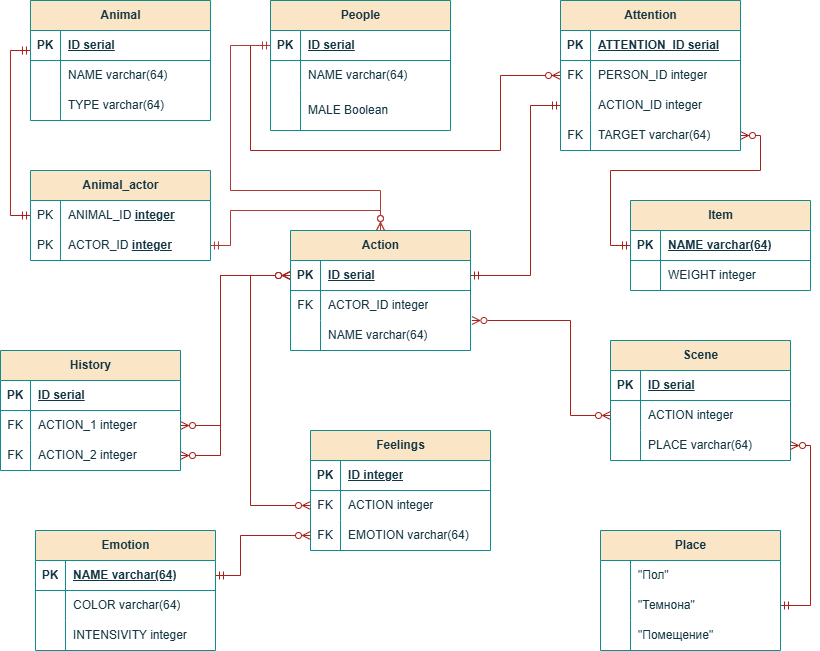
Above: Data bases/Lab1/datalogic.png in Dmitrylesnoy/ITMO-study-labs (draw.io), before the change. Source tidied: cells renumbered, new cells last; positions are measured from the earlier drawing's top-left corner, leaving out a move shared by most shapes.
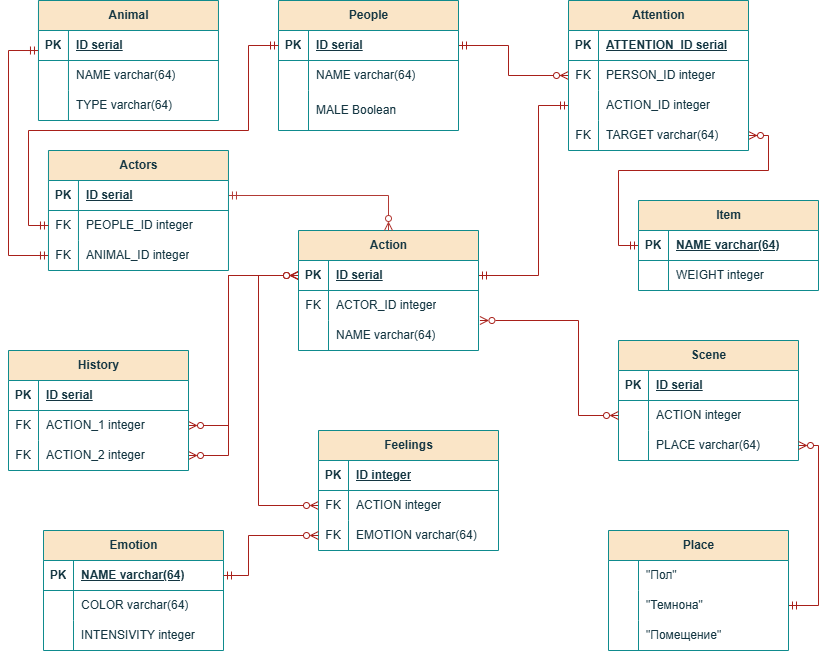
The same file after the commit.

Diff of the diagram source:
```diff
@@ -12,30 +12,19 @@
         </Array>
       </mxGeometry>
     </mxCell>
-    <mxCell id="3" style="edgeStyle=orthogonalEdgeStyle;fontSize=12;html=1;endArrow=ERzeroToMany;startArrow=none;rounded=0;entryX=0;entryY=0.5;entryDx=0;entryDy=0;startFill=0;labelBackgroundColor=none;strokeColor=#A8201A;fontColor=default;exitX=0;exitY=0.5;exitDx=0;exitDy=0;" parent="1" edge="1" source="21" target="41">
+    <mxCell id="3" style="edgeStyle=orthogonalEdgeStyle;fontSize=12;html=1;endArrow=ERzeroToMany;startArrow=ERmandOne;rounded=0;entryX=0;entryY=0.5;entryDx=0;entryDy=0;startFill=0;labelBackgroundColor=none;strokeColor=#A8201A;fontColor=default;exitX=1;exitY=0.5;exitDx=0;exitDy=0;" parent="1" edge="1" source="21" target="41">
       <mxGeometry relative="1" as="geometry">
         <Array as="points">
-          <mxPoint x="250" y="45" />
-          <mxPoint x="250" y="150" />
-          <mxPoint x="500" y="150" />
+          <mxPoint x="500" y="45" />
           <mxPoint x="500" y="75" />
         </Array>
       </mxGeometry>
     </mxCell>
-    <mxCell id="4" style="edgeStyle=orthogonalEdgeStyle;fontSize=12;html=1;endArrow=ERzeroToMany;startArrow=ERmandOne;rounded=0;exitX=0;exitY=0.5;exitDx=0;exitDy=0;entryX=0.5;entryY=0;entryDx=0;entryDy=0;labelBackgroundColor=none;strokeColor=light-dark(#b23a35, #32b532);fontColor=default;" parent="1" edge="1" source="21" target="50">
-      <mxGeometry relative="1" as="geometry">
-        <Array as="points">
-          <mxPoint x="230" y="45" />
-          <mxPoint x="230" y="190" />
-          <mxPoint x="380" y="190" />
-        </Array>
-      </mxGeometry>
-    </mxCell>
-    <mxCell id="5" style="edgeStyle=orthogonalEdgeStyle;fontSize=12;html=1;endArrow=ERmandOne;startArrow=ERmandOne;rounded=0;exitX=0;exitY=0.667;exitDx=0;exitDy=0;startFill=0;exitPerimeter=0;entryX=0;entryY=0.5;entryDx=0;entryDy=0;endFill=0;labelBackgroundColor=none;strokeColor=#A8201A;fontColor=default;" parent="1" edge="1" source="11" target="61">
+    <mxCell id="5" style="edgeStyle=orthogonalEdgeStyle;fontSize=12;html=1;endArrow=ERmandOne;startArrow=ERmandOne;rounded=0;exitX=0;exitY=0.667;exitDx=0;exitDy=0;startFill=0;exitPerimeter=0;entryX=0;entryY=0.5;entryDx=0;entryDy=0;endFill=0;labelBackgroundColor=none;strokeColor=#A8201A;fontColor=default;" parent="1" edge="1" source="11" target="128">
       <mxGeometry relative="1" as="geometry">
         <Array as="points">
-          <mxPoint x="10" y="50" />
-          <mxPoint x="10" y="215" />
+          <mxPoint y="50" />
+          <mxPoint y="255" />
         </Array>
       </mxGeometry>
     </mxCell>
@@ -221,33 +210,10 @@
     <mxCell id="59" value="NAME varchar(64)" style="shape=partialRectangle;fillColor=none;top=0;left=0;bottom=0;right=0;align=left;spacingLeft=6;overflow=hidden;whiteSpace=wrap;html=1;labelBackgroundColor=none;strokeColor=#0F8B8D;fontColor=#143642;" parent="57" vertex="1">
       <mxGeometry x="30" width="150" height="30" as="geometry" />
     </mxCell>
-    <mxCell id="60" value="Animal_actor" style="shape=table;startSize=30;rowLines=0;fontStyle=1;align=center;html=1;labelBackgroundColor=none;fillColor=#FAE5C7;strokeColor=#0F8B8D;fontColor=#143642;" parent="1" vertex="1">
-      <mxGeometry x="30" y="170" width="180" height="90" as="geometry" />
-    </mxCell>
-    <mxCell id="61" style="shape=tableRow;horizontal=0;startSize=0;swimlaneHead=0;swimlaneBody=0;fillColor=none;points=[[0,0.5],[1,0.5]];portConstraint=eastwest;top=0;left=0;right=0;bottom=0;labelBackgroundColor=none;strokeColor=#0F8B8D;fontColor=#143642;" parent="60" vertex="1">
-      <mxGeometry y="30" width="180" height="30" as="geometry" />
-    </mxCell>
-    <mxCell id="62" value="PK" style="shape=partialRectangle;fillColor=none;top=0;left=0;bottom=0;right=0;overflow=hidden;whiteSpace=wrap;html=1;labelBackgroundColor=none;strokeColor=#0F8B8D;fontColor=#143642;" parent="61" vertex="1">
-      <mxGeometry width="30" height="30" as="geometry" />
-    </mxCell>
-    <mxCell id="63" value="ANIMAL_ID&amp;nbsp;&lt;span style=&quot;font-weight: 700; text-decoration-line: underline;&quot;&gt;integer&lt;/span&gt;" style="shape=partialRectangle;fillColor=none;top=0;left=0;bottom=0;right=0;align=left;spacingLeft=6;overflow=hidden;whiteSpace=wrap;html=1;labelBackgroundColor=none;strokeColor=#0F8B8D;fontColor=#143642;" parent="61" vertex="1">
-      <mxGeometry x="30" width="150" height="30" as="geometry" />
-    </mxCell>
-    <mxCell id="64" style="shape=tableRow;horizontal=0;startSize=0;swimlaneHead=0;swimlaneBody=0;fillColor=none;points=[[0,0.5],[1,0.5]];portConstraint=eastwest;top=0;left=0;right=0;bottom=0;labelBackgroundColor=none;strokeColor=#0F8B8D;fontColor=#143642;" parent="60" vertex="1">
-      <mxGeometry y="60" width="180" height="30" as="geometry" />
-    </mxCell>
-    <mxCell id="65" value="PK" style="shape=partialRectangle;fillColor=none;top=0;left=0;bottom=0;right=0;overflow=hidden;whiteSpace=wrap;html=1;labelBackgroundColor=none;strokeColor=#0F8B8D;fontColor=#143642;" parent="64" vertex="1">
-      <mxGeometry width="30" height="30" as="geometry" />
-    </mxCell>
-    <mxCell id="66" value="ACTOR_ID &lt;b&gt;&lt;u&gt;integer&lt;/u&gt;&lt;/b&gt;" style="shape=partialRectangle;fillColor=none;top=0;left=0;bottom=0;right=0;align=left;spacingLeft=6;overflow=hidden;whiteSpace=wrap;html=1;labelBackgroundColor=none;strokeColor=#0F8B8D;fontColor=#143642;" parent="64" vertex="1">
-      <mxGeometry x="30" width="150" height="30" as="geometry" />
-    </mxCell>
-    <mxCell id="67" style="edgeStyle=orthogonalEdgeStyle;rounded=0;jettySize=auto;html=1;entryX=0.5;entryY=0;entryDx=0;entryDy=0;endArrow=ERzeroToMany;endFill=0;exitX=1;exitY=0.5;exitDx=0;exitDy=0;labelBackgroundColor=none;strokeColor=light-dark(#b23a35, #32b532);fontColor=default;startArrow=ERmandOne;startFill=0;" parent="1" edge="1" source="64" target="50">
+    <mxCell id="67" style="edgeStyle=orthogonalEdgeStyle;rounded=0;jettySize=auto;html=1;entryX=0.5;entryY=0;entryDx=0;entryDy=0;endArrow=ERzeroToMany;endFill=0;exitX=1;exitY=0.5;exitDx=0;exitDy=0;labelBackgroundColor=none;strokeColor=light-dark(#b23a35, #32b532);fontColor=default;startArrow=ERmandOne;startFill=0;" parent="1" edge="1" source="123" target="50">
       <mxGeometry relative="1" as="geometry">
         <Array as="points">
-          <mxPoint x="230" y="245" />
-          <mxPoint x="230" y="210" />
-          <mxPoint x="380" y="210" />
+          <mxPoint x="380" y="195" />
         </Array>
       </mxGeometry>
     </mxCell>
@@ -421,5 +387,48 @@
     <mxCell id="120" value="&quot;Помещение&quot;" style="shape=partialRectangle;fillColor=none;top=0;left=0;bottom=0;right=0;align=left;spacingLeft=6;overflow=hidden;whiteSpace=wrap;html=1;labelBackgroundColor=none;strokeColor=#0F8B8D;fontColor=#143642;" parent="118" vertex="1">
       <mxGeometry x="30" width="150" height="30" as="geometry" />
     </mxCell>
+    <mxCell id="121" style="shape=tableRow;horizontal=0;startSize=0;swimlaneHead=0;swimlaneBody=0;fillColor=none;top=0;left=0;right=0;bottom=0;labelBackgroundColor=none;strokeColor=#0F8B8D;fontColor=#143642;" parent="1" vertex="1">
+      <mxGeometry x="40" y="240" width="180" height="30" as="geometry" />
+    </mxCell>
+    <mxCell id="122" value="Actors" style="shape=table;startSize=30;rowLines=0;fontStyle=1;align=center;html=1;labelBackgroundColor=none;fillColor=#FAE5C7;strokeColor=#0F8B8D;fontColor=#143642;" parent="1" vertex="1">
+      <mxGeometry x="40" y="150" width="180" height="120" as="geometry" />
+    </mxCell>
+    <mxCell id="123" style="shape=tableRow;horizontal=0;startSize=0;swimlaneHead=0;swimlaneBody=0;fillColor=none;points=[[0,0.5],[1,0.5]];portConstraint=eastwest;top=0;left=0;right=0;bottom=1;labelBackgroundColor=none;strokeColor=#0F8B8D;fontColor=#143642;" parent="122" vertex="1">
+      <mxGeometry y="30" width="180" height="30" as="geometry" />
+    </mxCell>
+    <mxCell id="124" value="PK" style="shape=partialRectangle;fillColor=none;top=0;left=0;bottom=0;right=0;fontStyle=1;overflow=hidden;whiteSpace=wrap;html=1;labelBackgroundColor=none;strokeColor=#0F8B8D;fontColor=#143642;" parent="123" vertex="1">
+      <mxGeometry width="30" height="30" as="geometry" />
+    </mxCell>
+    <mxCell id="125" value="ID serial" style="shape=partialRectangle;fillColor=none;top=0;left=0;bottom=0;right=0;align=left;spacingLeft=6;fontStyle=5;overflow=hidden;whiteSpace=wrap;html=1;labelBackgroundColor=none;strokeColor=#0F8B8D;fontColor=#143642;" parent="123" vertex="1">
+      <mxGeometry x="30" width="150" height="30" as="geometry" />
+    </mxCell>
+    <mxCell id="64" style="shape=tableRow;horizontal=0;startSize=0;swimlaneHead=0;swimlaneBody=0;fillColor=none;points=[[0,0.5],[1,0.5]];portConstraint=eastwest;top=0;left=0;right=0;bottom=0;labelBackgroundColor=none;strokeColor=#0F8B8D;fontColor=#143642;" parent="122" vertex="1">
+      <mxGeometry y="60" width="180" height="30" as="geometry" />
+    </mxCell>
+    <mxCell id="126" value="FK" style="shape=partialRectangle;fillColor=none;top=0;left=0;bottom=0;right=0;overflow=hidden;whiteSpace=wrap;html=1;labelBackgroundColor=none;strokeColor=#0F8B8D;fontColor=#143642;" parent="64" vertex="1">
+      <mxGeometry width="30" height="30" as="geometry" />
+    </mxCell>
+    <mxCell id="127" value="PEOPLE_ID integer" style="shape=partialRectangle;fillColor=none;top=0;left=0;bottom=0;right=0;align=left;spacingLeft=6;overflow=hidden;whiteSpace=wrap;html=1;labelBackgroundColor=none;strokeColor=#0F8B8D;fontColor=#143642;" parent="64" vertex="1">
+      <mxGeometry x="30" width="150" height="30" as="geometry" />
+    </mxCell>
+    <mxCell id="128" style="shape=tableRow;horizontal=0;startSize=0;swimlaneHead=0;swimlaneBody=0;fillColor=none;points=[[0,0.5],[1,0.5]];portConstraint=eastwest;top=0;left=0;right=0;bottom=0;labelBackgroundColor=none;strokeColor=#0F8B8D;fontColor=#143642;" parent="122" vertex="1">
+      <mxGeometry y="90" width="180" height="30" as="geometry" />
+    </mxCell>
+    <mxCell id="129" value="FK" style="shape=partialRectangle;fillColor=none;top=0;left=0;bottom=0;right=0;overflow=hidden;whiteSpace=wrap;html=1;labelBackgroundColor=none;strokeColor=#0F8B8D;fontColor=#143642;" parent="128" vertex="1">
+      <mxGeometry width="30" height="30" as="geometry" />
+    </mxCell>
+    <mxCell id="63" value="ANIMAL_ID integer" style="shape=partialRectangle;fillColor=none;top=0;left=0;bottom=0;right=0;align=left;spacingLeft=6;overflow=hidden;whiteSpace=wrap;html=1;labelBackgroundColor=none;strokeColor=#0F8B8D;fontColor=#143642;" parent="128" vertex="1">
+      <mxGeometry x="30" width="150" height="30" as="geometry" />
+    </mxCell>
+    <mxCell id="130" style="edgeStyle=orthogonalEdgeStyle;fontSize=12;html=1;endArrow=ERmandOne;startArrow=ERmandOne;rounded=0;exitX=0;exitY=0.5;exitDx=0;exitDy=0;startFill=0;entryX=0;entryY=0.5;entryDx=0;entryDy=0;endFill=0;labelBackgroundColor=none;strokeColor=#A8201A;fontColor=default;" parent="1" edge="1" source="21" target="64">
+      <mxGeometry relative="1" as="geometry">
+        <Array as="points">
+          <mxPoint x="240" y="45" />
+          <mxPoint x="240" y="130" />
+          <mxPoint x="20" y="130" />
+          <mxPoint x="20" y="225" />
+        </Array>
+      </mxGeometry>
+    </mxCell>
   </root>
 </mxGraphModel>
```
